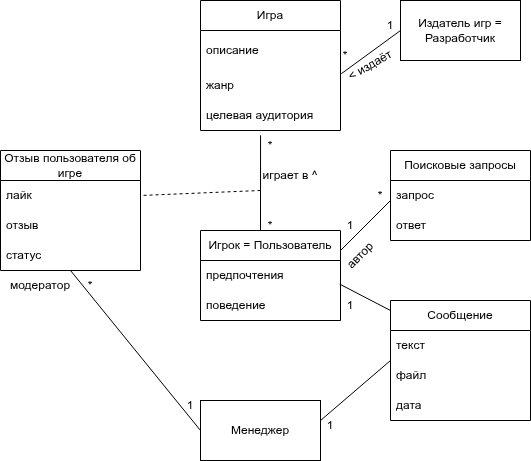
Earlier version of the draw.io export project/10/Roles/Systems Analyst/Class Diagram/classDiagram.png (job-modelware-ru/it-2025-sD4yp). Source tidied: cells renumbered, new cells last; positions are measured from the earlier drawing's top-left corner, leaving out a move shared by most shapes.
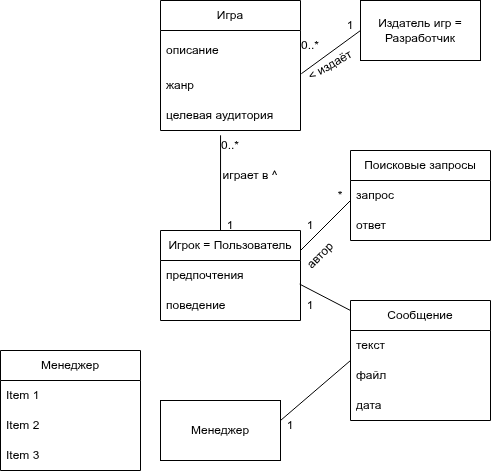
Above is the later version.

The edit, as a diff of the source:
```diff
@@ -50,28 +50,11 @@
     <mxCell id="17" value="дата" style="text;strokeColor=none;fillColor=none;align=left;verticalAlign=middle;spacingLeft=4;spacingRight=4;overflow=hidden;whiteSpace=wrap;html=1;" parent="14" vertex="1">
       <mxGeometry y="90" width="140" height="30" as="geometry" />
     </mxCell>
-    <mxCell id="18" value="Отзыв пользователя об игре" style="swimlane;fontStyle=0;horizontal=1;startSize=30;whiteSpace=wrap;html=1;" parent="1" vertex="1">
-      <mxGeometry y="150" width="140" height="120" as="geometry" />
-    </mxCell>
-    <mxCell id="19" value="лайк" style="text;strokeColor=none;fillColor=none;align=left;verticalAlign=middle;spacingLeft=4;spacingRight=4;overflow=hidden;points=[[0,0.5],[1,0.5]];portConstraint=eastwest;whiteSpace=wrap;html=1;" parent="18" vertex="1">
-      <mxGeometry y="30" width="140" height="30" as="geometry" />
-    </mxCell>
-    <mxCell id="20" value="отзыв" style="text;strokeColor=none;fillColor=none;align=left;verticalAlign=middle;spacingLeft=4;spacingRight=4;overflow=hidden;whiteSpace=wrap;html=1;" parent="18" vertex="1">
-      <mxGeometry y="60" width="140" height="30" as="geometry" />
-    </mxCell>
-    <mxCell id="21" value="статус" style="text;strokeColor=none;fillColor=none;align=left;verticalAlign=middle;spacingLeft=4;spacingRight=4;overflow=hidden;whiteSpace=wrap;html=1;" parent="18" vertex="1">
-      <mxGeometry y="90" width="140" height="30" as="geometry" />
-    </mxCell>
     <mxCell id="22" style="endArrow=none;html=1;rounded=0;entryX=0.429;entryY=1.16;entryDx=0;entryDy=0;entryPerimeter=0;" parent="1" edge="1" target="10">
       <mxGeometry relative="1" as="geometry">
         <mxPoint x="260" y="230" as="sourcePoint" />
       </mxGeometry>
     </mxCell>
-    <mxCell id="23" style="endArrow=none;dashed=1;html=1;rounded=0;entryX=1;entryY=0.5;entryDx=0;entryDy=0;" parent="1" edge="1" target="19">
-      <mxGeometry relative="1" as="geometry">
-        <mxPoint x="260" y="190" as="sourcePoint" />
-      </mxGeometry>
-    </mxCell>
     <mxCell id="24" style="endArrow=none;html=1;rounded=0;exitX=1.006;exitY=0.107;exitDx=0;exitDy=0;exitPerimeter=0;" parent="1" edge="1" source="9">
       <mxGeometry relative="1" as="geometry">
         <mxPoint x="400" y="30" as="targetPoint" />
@@ -83,11 +66,6 @@
         <mxPoint x="390" y="200" as="targetPoint" />
       </mxGeometry>
     </mxCell>
-    <mxCell id="26" style="endArrow=none;html=1;rounded=0;exitX=0;exitY=0.5;exitDx=0;exitDy=0;" parent="1" edge="1" source="3">
-      <mxGeometry relative="1" as="geometry">
-        <mxPoint x="70" y="270" as="targetPoint" />
-      </mxGeometry>
-    </mxCell>
     <mxCell id="27" style="endArrow=none;html=1;rounded=0;entryX=0;entryY=0;entryDx=0;entryDy=0;entryPerimeter=0;" parent="1" edge="1" target="16">
       <mxGeometry relative="1" as="geometry">
         <mxPoint x="320" y="420" as="sourcePoint" />
@@ -107,9 +85,6 @@
     <mxCell id="31" value="автор" style="text;html=1;whiteSpace=wrap;strokeColor=none;fillColor=none;align=center;verticalAlign=middle;rounded=0;rotation=-45;" parent="1" vertex="1">
       <mxGeometry x="330" y="240" width="60" height="30" as="geometry" />
     </mxCell>
-    <mxCell id="32" value="модератор" style="text;html=1;whiteSpace=wrap;strokeColor=none;fillColor=none;align=center;verticalAlign=middle;rounded=0;" parent="1" vertex="1">
-      <mxGeometry x="10" y="270" width="60" height="30" as="geometry" />
-    </mxCell>
     <mxCell id="33" value="1" style="text;html=1;whiteSpace=wrap;strokeColor=none;fillColor=none;align=center;verticalAlign=middle;rounded=0;" parent="1" vertex="1">
       <mxGeometry x="320" y="210" width="60" height="30" as="geometry" />
     </mxCell>
@@ -119,26 +94,32 @@
     <mxCell id="35" value="1" style="text;html=1;whiteSpace=wrap;strokeColor=none;fillColor=none;align=center;verticalAlign=middle;rounded=0;" parent="1" vertex="1">
       <mxGeometry x="300" y="410" width="60" height="30" as="geometry" />
     </mxCell>
-    <mxCell id="36" value="1" style="text;html=1;whiteSpace=wrap;strokeColor=none;fillColor=none;align=center;verticalAlign=middle;rounded=0;" parent="1" vertex="1">
-      <mxGeometry x="160" y="390" width="60" height="30" as="geometry" />
-    </mxCell>
-    <mxCell id="37" value="*" style="text;html=1;whiteSpace=wrap;strokeColor=none;fillColor=none;align=center;verticalAlign=middle;rounded=0;" parent="1" vertex="1">
+    <mxCell id="37" value="0..*" style="text;html=1;whiteSpace=wrap;strokeColor=none;fillColor=none;align=center;verticalAlign=middle;rounded=0;" parent="1" vertex="1">
       <mxGeometry x="240" y="130" width="60" height="30" as="geometry" />
     </mxCell>
-    <mxCell id="38" value="*" style="text;html=1;whiteSpace=wrap;strokeColor=none;fillColor=none;align=center;verticalAlign=middle;rounded=0;" parent="1" vertex="1">
+    <mxCell id="38" value="1" style="text;html=1;whiteSpace=wrap;strokeColor=none;fillColor=none;align=center;verticalAlign=middle;rounded=0;" parent="1" vertex="1">
       <mxGeometry x="240" y="210" width="60" height="30" as="geometry" />
     </mxCell>
-    <mxCell id="39" value="*" style="text;html=1;whiteSpace=wrap;strokeColor=none;fillColor=none;align=center;verticalAlign=middle;rounded=0;" parent="1" vertex="1">
-      <mxGeometry x="340" y="40" width="10" height="30" as="geometry" />
+    <mxCell id="39" value="0..*" style="text;html=1;whiteSpace=wrap;strokeColor=none;fillColor=none;align=center;verticalAlign=middle;rounded=0;" parent="1" vertex="1">
+      <mxGeometry x="345" y="30" width="10" height="30" as="geometry" />
     </mxCell>
     <mxCell id="40" value="*" style="text;html=1;whiteSpace=wrap;strokeColor=none;fillColor=none;align=center;verticalAlign=middle;rounded=0;" parent="1" vertex="1">
       <mxGeometry x="350" y="180" width="60" height="30" as="geometry" />
     </mxCell>
-    <mxCell id="41" value="*" style="text;html=1;whiteSpace=wrap;strokeColor=none;fillColor=none;align=center;verticalAlign=middle;rounded=0;" parent="1" vertex="1">
-      <mxGeometry x="60" y="270" width="60" height="30" as="geometry" />
-    </mxCell>
     <mxCell id="42" value="играет в ^" style="text;html=1;whiteSpace=wrap;strokeColor=none;fillColor=none;align=center;verticalAlign=middle;rounded=0;" parent="1" vertex="1">
       <mxGeometry x="260" y="160" width="60" height="30" as="geometry" />
     </mxCell>
+    <mxCell id="43" value="Менеджер" style="swimlane;fontStyle=0;horizontal=1;startSize=30;whiteSpace=wrap;html=1;" parent="1" vertex="1">
+      <mxGeometry x="40" y="350" width="140" height="120" as="geometry" />
+    </mxCell>
+    <mxCell id="44" value="Item 1" style="text;strokeColor=none;fillColor=none;align=left;verticalAlign=middle;spacingLeft=4;spacingRight=4;overflow=hidden;whiteSpace=wrap;html=1;" parent="43" vertex="1">
+      <mxGeometry y="30" width="140" height="30" as="geometry" />
+    </mxCell>
+    <mxCell id="45" value="Item 2" style="text;strokeColor=none;fillColor=none;align=left;verticalAlign=middle;spacingLeft=4;spacingRight=4;overflow=hidden;whiteSpace=wrap;html=1;" parent="43" vertex="1">
+      <mxGeometry y="60" width="140" height="30" as="geometry" />
+    </mxCell>
+    <mxCell id="46" value="Item 3" style="text;strokeColor=none;fillColor=none;align=left;verticalAlign=middle;spacingLeft=4;spacingRight=4;overflow=hidden;whiteSpace=wrap;html=1;" parent="43" vertex="1">
+      <mxGeometry y="90" width="140" height="30" as="geometry" />
+    </mxCell>
   </root>
 </mxGraphModel>
```
